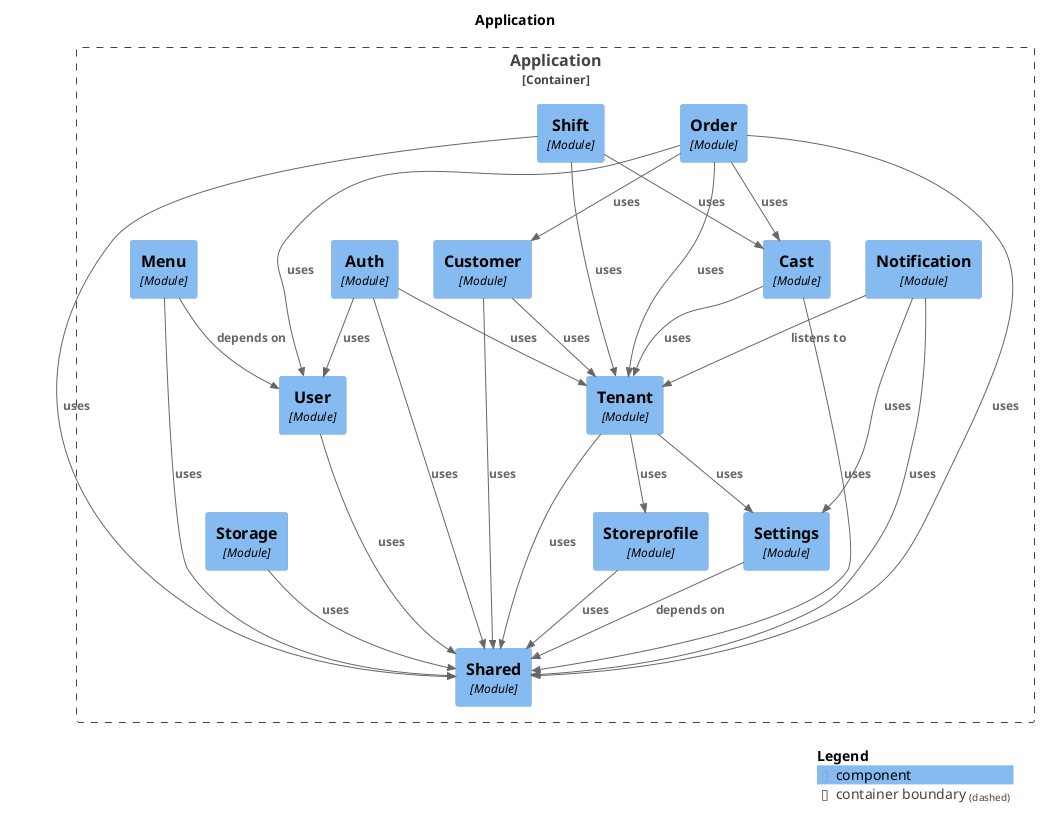
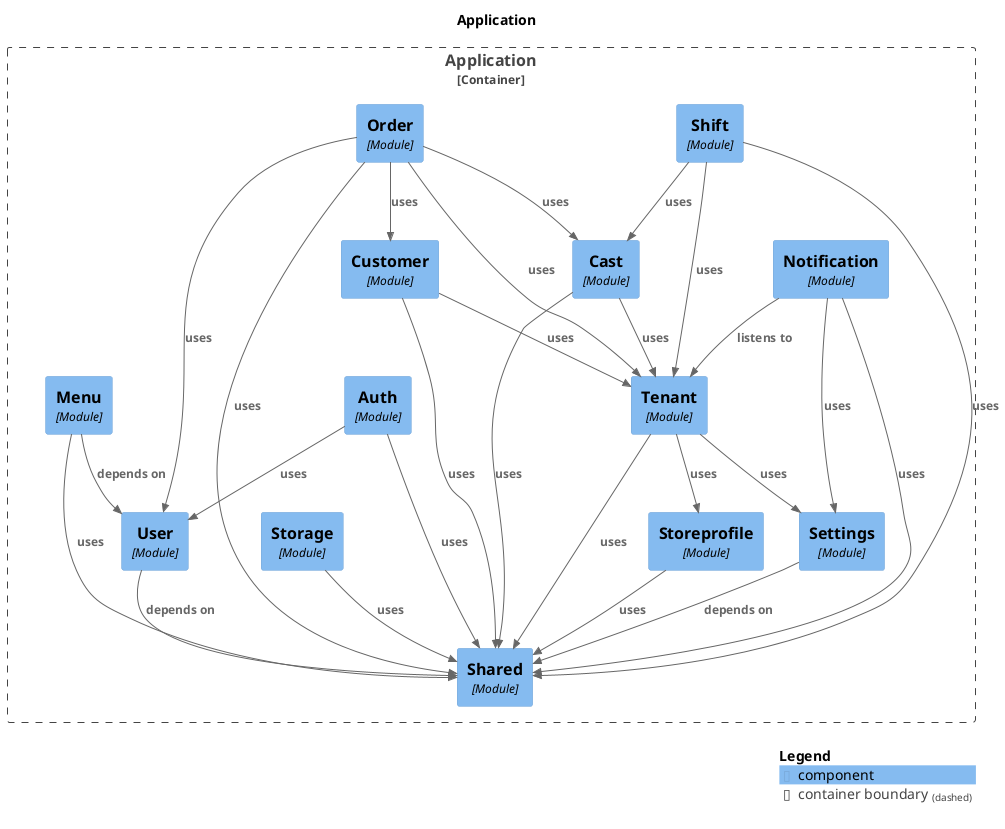
@startuml
set separator none
title Application

top to bottom direction

!include <C4/C4>
!include <C4/C4_Context>
!include <C4/C4_Component>

Container_Boundary("Application.Application_boundary", "Application", $tags="") {
-   Component(Application.Application.Auth, "Auth", $techn="Module", $descr="", $tags="", $link="")
+   Component(Application.Application.Tenant, "Tenant", $techn="Module", $descr="", $tags="", $link="")
  Component(Application.Application.Cast, "Cast", $techn="Module", $descr="", $tags="", $link="")
  Component(Application.Application.Customer, "Customer", $techn="Module", $descr="", $tags="", $link="")
  Component(Application.Application.Notification, "Notification", $techn="Module", $descr="", $tags="", $link="")
  Component(Application.Application.Order, "Order", $techn="Module", $descr="", $tags="", $link="")
  Component(Application.Application.Shift, "Shift", $techn="Module", $descr="", $tags="", $link="")
  Component(Application.Application.Shared, "Shared", $techn="Module", $descr="", $tags="", $link="")
  Component(Application.Application.Settings, "Settings", $techn="Module", $descr="", $tags="", $link="")
  Component(Application.Application.Storage, "Storage", $techn="Module", $descr="", $tags="", $link="")
  Component(Application.Application.Storeprofile, "Storeprofile", $techn="Module", $descr="", $tags="", $link="")
  Component(Application.Application.User, "User", $techn="Module", $descr="", $tags="", $link="")
+   Component(Application.Application.Auth, "Auth", $techn="Module", $descr="", $tags="", $link="")
  Component(Application.Application.Menu, "Menu", $techn="Module", $descr="", $tags="", $link="")
-   Component(Application.Application.Tenant, "Tenant", $techn="Module", $descr="", $tags="", $link="")
}

- Rel(Application.Application.Storage, Application.Application.Shared, "uses", $techn="", $tags="", $link="")
- Rel(Application.Application.Menu, Application.Application.User, "depends on", $techn="", $tags="", $link="")
- Rel(Application.Application.Menu, Application.Application.Shared, "uses", $techn="", $tags="", $link="")
- Rel(Application.Application.Tenant, Application.Application.Storeprofile, "uses", $techn="", $tags="", $link="")
- Rel(Application.Application.Tenant, Application.Application.Shared, "uses", $techn="", $tags="", $link="")
- Rel(Application.Application.Tenant, Application.Application.Settings, "uses", $techn="", $tags="", $link="")
- Rel(Application.Application.Cast, Application.Application.Shared, "uses", $techn="", $tags="", $link="")
- Rel(Application.Application.Cast, Application.Application.Tenant, "uses", $techn="", $tags="", $link="")
- Rel(Application.Application.User, Application.Application.Shared, "uses", $techn="", $tags="", $link="")
- Rel(Application.Application.Auth, Application.Application.User, "uses", $techn="", $tags="", $link="")
- Rel(Application.Application.Auth, Application.Application.Tenant, "uses", $techn="", $tags="", $link="")
- Rel(Application.Application.Auth, Application.Application.Shared, "uses", $techn="", $tags="", $link="")
- Rel(Application.Application.Customer, Application.Application.Shared, "uses", $techn="", $tags="", $link="")
- Rel(Application.Application.Customer, Application.Application.Tenant, "uses", $techn="", $tags="", $link="")
- Rel(Application.Application.Storeprofile, Application.Application.Shared, "uses", $techn="", $tags="", $link="")
- Rel(Application.Application.Notification, Application.Application.Tenant, "listens to", $techn="", $tags="", $link="")
- Rel(Application.Application.Notification, Application.Application.Settings, "uses", $techn="", $tags="", $link="")
- Rel(Application.Application.Notification, Application.Application.Shared, "uses", $techn="", $tags="", $link="")
+ Rel(Application.Application.Shift, Application.Application.Shared, "uses", $techn="", $tags="", $link="")
+ Rel(Application.Application.Shift, Application.Application.Tenant, "uses", $techn="", $tags="", $link="")
+ Rel(Application.Application.Shift, Application.Application.Cast, "uses", $techn="", $tags="", $link="")
Rel(Application.Application.Order, Application.Application.Customer, "uses", $techn="", $tags="", $link="")
Rel(Application.Application.Order, Application.Application.Cast, "uses", $techn="", $tags="", $link="")
Rel(Application.Application.Order, Application.Application.User, "uses", $techn="", $tags="", $link="")
Rel(Application.Application.Order, Application.Application.Tenant, "uses", $techn="", $tags="", $link="")
Rel(Application.Application.Order, Application.Application.Shared, "uses", $techn="", $tags="", $link="")
Rel(Application.Application.Settings, Application.Application.Shared, "depends on", $techn="", $tags="", $link="")
- Rel(Application.Application.Shift, Application.Application.Shared, "uses", $techn="", $tags="", $link="")
- Rel(Application.Application.Shift, Application.Application.Tenant, "uses", $techn="", $tags="", $link="")
- Rel(Application.Application.Shift, Application.Application.Cast, "uses", $techn="", $tags="", $link="")
+ Rel(Application.Application.Auth, Application.Application.User, "uses", $techn="", $tags="", $link="")
+ Rel(Application.Application.Auth, Application.Application.Shared, "uses", $techn="", $tags="", $link="")
+ Rel(Application.Application.Menu, Application.Application.User, "depends on", $techn="", $tags="", $link="")
+ Rel(Application.Application.Menu, Application.Application.Shared, "uses", $techn="", $tags="", $link="")
+ Rel(Application.Application.Cast, Application.Application.Shared, "uses", $techn="", $tags="", $link="")
+ Rel(Application.Application.Cast, Application.Application.Tenant, "uses", $techn="", $tags="", $link="")
+ Rel(Application.Application.Notification, Application.Application.Tenant, "listens to", $techn="", $tags="", $link="")
+ Rel(Application.Application.Notification, Application.Application.Settings, "uses", $techn="", $tags="", $link="")
+ Rel(Application.Application.Notification, Application.Application.Shared, "uses", $techn="", $tags="", $link="")
+ Rel(Application.Application.Tenant, Application.Application.Storeprofile, "uses", $techn="", $tags="", $link="")
+ Rel(Application.Application.Tenant, Application.Application.Shared, "uses", $techn="", $tags="", $link="")
+ Rel(Application.Application.Tenant, Application.Application.Settings, "uses", $techn="", $tags="", $link="")
+ Rel(Application.Application.Storage, Application.Application.Shared, "uses", $techn="", $tags="", $link="")
+ Rel(Application.Application.Customer, Application.Application.Shared, "uses", $techn="", $tags="", $link="")
+ Rel(Application.Application.Customer, Application.Application.Tenant, "uses", $techn="", $tags="", $link="")
+ Rel(Application.Application.Storeprofile, Application.Application.Shared, "uses", $techn="", $tags="", $link="")
+ Rel(Application.Application.User, Application.Application.Shared, "depends on", $techn="", $tags="", $link="")

SHOW_LEGEND(true)
@enduml